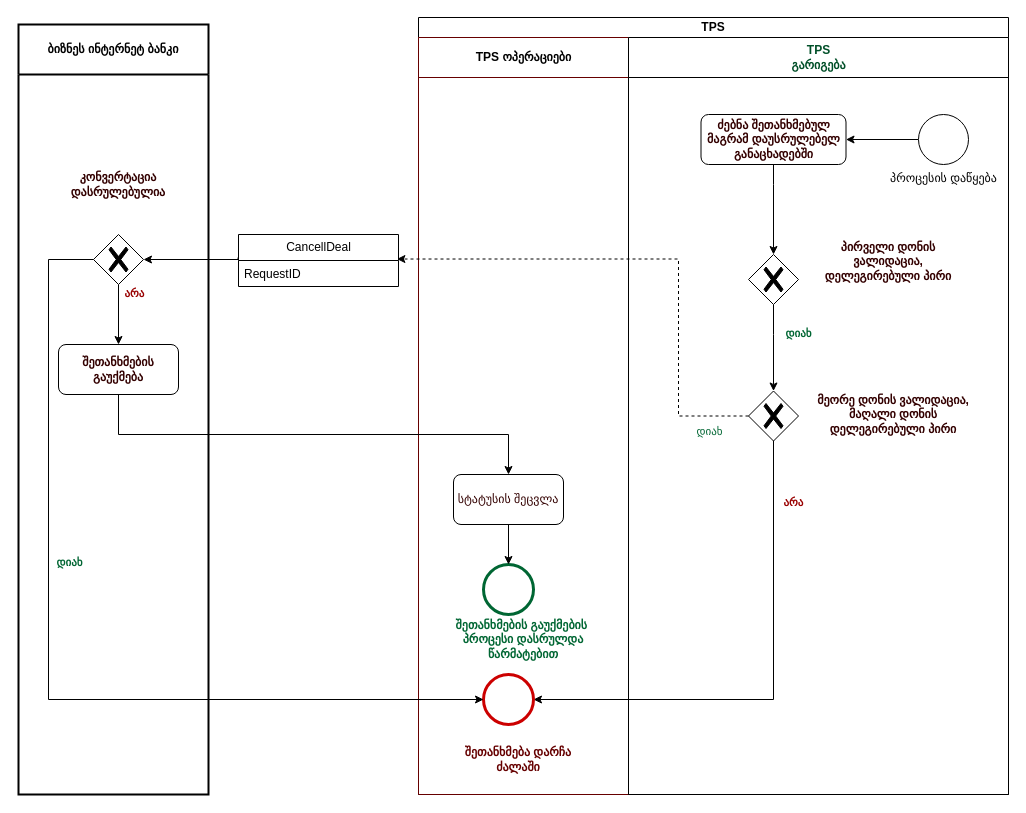
vaso514d/drawio keeps this draw.io diagram as page "შეთანხმების გაუქმება IB" (3 of 4) of RateDealProcessDiagram.drawio. Above is the earlier version. Source tidied: cells renumbered, new cells numbered last; positions are measured from the earlier drawing's top-left corner, leaving out a move shared by most shapes. Both pictures are drawn from the tidied source at 100%, with x=0, y=0 at pixel (18, 17).
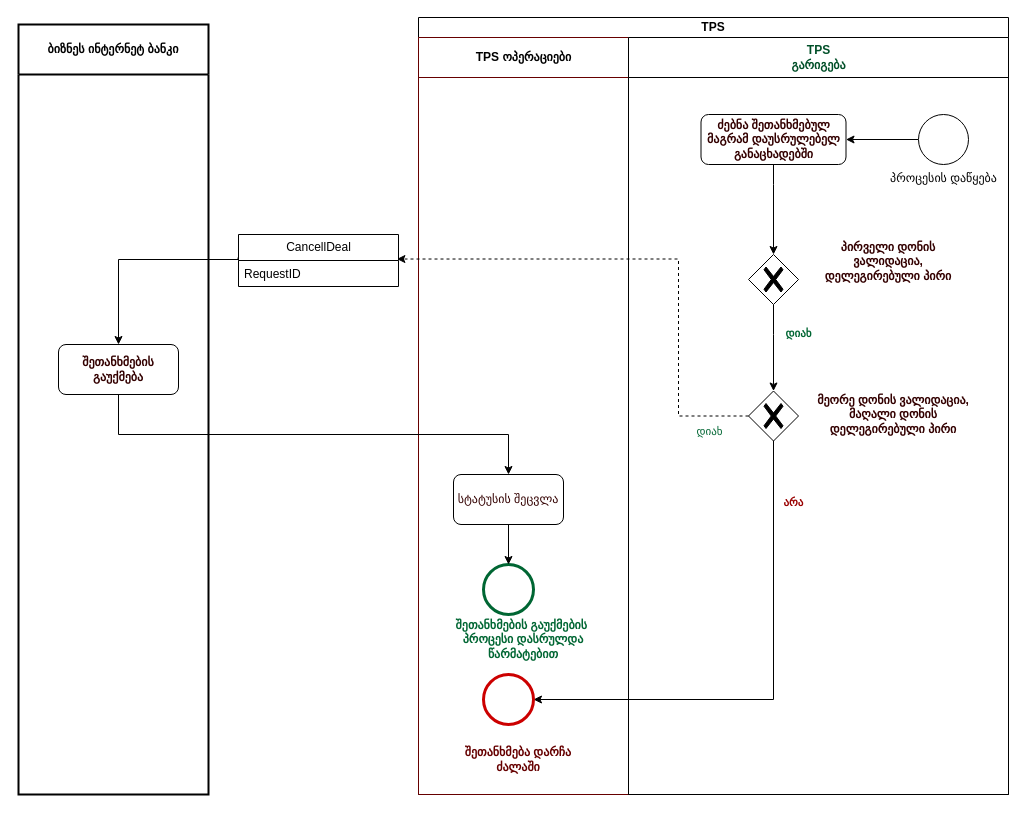
Above is the later version.

Unchanged cells that the change refers to:
```xml
<mxCell id="2" value="&lt;b&gt;ბიზნეს ინტერნეტ ბანკი&lt;/b&gt;" style="swimlane;html=1;startSize=50;fontStyle=0;horizontal=1;swimlaneLine=1;strokeWidth=2;swimlaneFillColor=#ffffff;whiteSpace=wrap;" parent="1" vertex="1">
  <mxGeometry y="7" width="190" height="770" as="geometry" />
</mxCell>
<mxCell id="3" value="&lt;b style=&quot;border-color: var(--border-color);&quot;&gt;შეთანხმების გაუქმება&lt;/b&gt;" style="rounded=1;whiteSpace=wrap;html=1;labelBackgroundColor=none;fontColor=#330000;" parent="2" vertex="1">
  <mxGeometry x="40" y="320" width="120" height="50" as="geometry" />
</mxCell>
<mxCell id="12" style="points=[[0.145,0.145,0],[0.5,0,0],[0.855,0.145,0],[1,0.5,0],[0.855,0.855,0],[0.5,1,0],[0.145,0.855,0],[0,0.5,0]];shape=mxgraph.bpmn.event;html=1;verticalLabelPosition=bottom;labelBackgroundColor=#ffffff;verticalAlign=top;align=center;perimeter=ellipsePerimeter;outlineConnect=0;outline=end;symbol=terminate2;strokeColor=#CC0000;" parent="11" vertex="1">
  <mxGeometry x="65" y="637" width="50" height="50" as="geometry" />
</mxCell>
<mxCell id="29" value="RequestID" style="text;strokeColor=none;fillColor=none;align=left;verticalAlign=top;spacingLeft=4;spacingRight=4;overflow=hidden;points=[[0,0.5],[1,0.5]];portConstraint=eastwest;whiteSpace=wrap;html=1;fontColor=#000000;" parent="28" vertex="1">
  <mxGeometry y="26" width="160" height="26" as="geometry" />
</mxCell>
```

What changed in the source:
```diff
@@
-    <mxCell id="4" style="edgeStyle=orthogonalEdgeStyle;rounded=0;jettySize=auto;html=1;fontColor=#990000;startArrow=none;startFill=0;" parent="2" edge="1" source="6" target="3">
-      <mxGeometry relative="1" as="geometry" />
-    </mxCell>
-    <mxCell id="5" value="არა" style="edgeLabel;html=1;align=center;verticalAlign=middle;fontColor=#990000;fontStyle=1;" parent="4" vertex="1">
-      <mxGeometry x="-0.28" y="-1" relative="1" as="geometry">
-        <mxPoint x="16" y="-14" as="offset" />
-      </mxGeometry>
-    </mxCell>
-    <mxCell id="6" style="points=[[0.25,0.25,0],[0.5,0,0],[0.75,0.25,0],[1,0.5,0],[0.75,0.75,0],[0.5,1,0],[0.25,0.75,0],[0,0.5,0]];shape=mxgraph.bpmn.gateway2;html=1;verticalLabelPosition=bottom;labelBackgroundColor=#ffffff;verticalAlign=top;align=center;perimeter=rhombusPerimeter;outlineConnect=0;outline=none;symbol=none;gwType=exclusive;" parent="2" vertex="1">
-      <mxGeometry x="75" y="210" width="50" height="50" as="geometry" />
-    </mxCell>
-    <mxCell id="7" value="&lt;font color=&quot;#330000&quot;&gt;კონვერტაცია დასრულებულია&lt;br&gt;&lt;/font&gt;" style="text;html=1;strokeColor=none;fillColor=none;align=center;verticalAlign=middle;whiteSpace=wrap;rounded=0;fontColor=#CC0000;fontStyle=1;" parent="2" vertex="1">
-      <mxGeometry x="40" y="140" width="120" height="40" as="geometry" />
-    </mxCell>
@@
-    <mxCell id="30" style="edgeStyle=orthogonalEdgeStyle;rounded=0;jettySize=auto;html=1;exitX=-0.003;exitY=-0.115;exitDx=0;exitDy=0;entryX=1;entryY=0.5;entryDx=0;entryDy=0;exitPerimeter=0;entryPerimeter=0;" parent="1" edge="1" source="29" target="6">
+    <mxCell id="30" style="edgeStyle=orthogonalEdgeStyle;rounded=0;jettySize=auto;html=1;exitX=-0.003;exitY=-0.115;exitDx=0;exitDy=0;entryX=0.5;entryY=0;entryDx=0;entryDy=0;exitPerimeter=0;" parent="1" edge="1" source="29" target="3">
       <mxGeometry relative="1" as="geometry">
         <Array as="points">
-          <mxPoint x="219" y="242" />
+          <mxPoint x="220" y="242" />
+          <mxPoint x="100" y="242" />
         </Array>
       </mxGeometry>
     </mxCell>
@@
-    <mxCell id="32" style="edgeStyle=orthogonalEdgeStyle;rounded=0;jettySize=auto;html=1;fontColor=#990000;startArrow=none;startFill=0;entryX=0;entryY=0.5;entryDx=0;entryDy=0;entryPerimeter=0;exitX=0;exitY=0.5;exitDx=0;exitDy=0;exitPerimeter=0;" parent="1" edge="1" source="6" target="12">
-      <mxGeometry relative="1" as="geometry">
-        <Array as="points">
-          <mxPoint x="30" y="242" />
-          <mxPoint x="30" y="682" />
-        </Array>
-      </mxGeometry>
-    </mxCell>
-    <mxCell id="33" value="დიახ" style="edgeLabel;html=1;align=center;verticalAlign=middle;fontColor=#006633;fontStyle=1;" parent="32" vertex="1">
-      <mxGeometry x="-0.24" relative="1" as="geometry">
-        <mxPoint x="20" y="-3" as="offset" />
-      </mxGeometry>
-    </mxCell>
```
